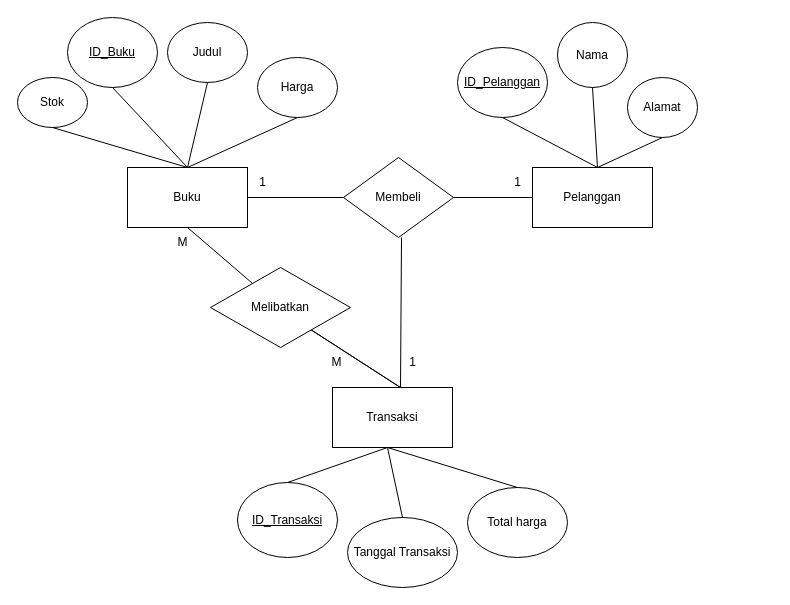
prycilliaedw/prycilliaedw keeps this draw.io diagram as erd_tokobuku.drawio. Above is the earlier version. Source tidied: cells renumbered, new cells numbered last; positions are measured from the earlier drawing's top-left corner, leaving out a move shared by most shapes. Both pictures are drawn from the tidied source at 100%, with x=0, y=0 at pixel (17, 17).
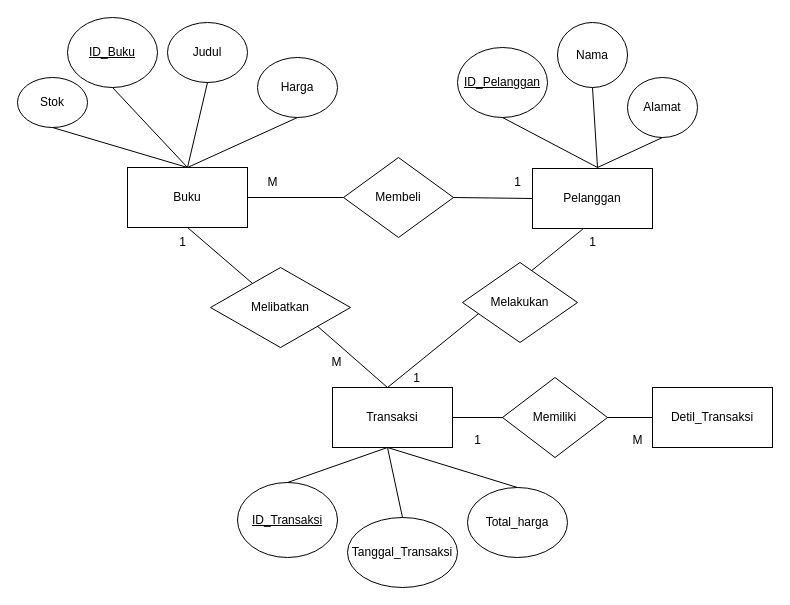
The same page after the edit.

Unchanged cells that the change refers to:
```xml
<mxCell id="20" value="Transaksi" style="rounded=0;whiteSpace=wrap;html=1;" parent="1" vertex="1">
  <mxGeometry x="315" y="370" width="120" height="60" as="geometry" />
</mxCell>
<mxCell id="30" value="Melibatkan" style="rhombus;whiteSpace=wrap;html=1;" parent="1" vertex="1">
  <mxGeometry x="193" y="250" width="140" height="80" as="geometry" />
</mxCell>
```

Diff of the diagram source:
```diff
@@
+    <mxCell id="34" style="endArrow=none;html=1;rounded=0;exitX=1;exitY=0.5;exitDx=0;exitDy=0;entryX=0;entryY=0.5;entryDx=0;entryDy=0;" parent="1" edge="1" source="20" target="35">
+      <mxGeometry relative="1" as="geometry" />
+    </mxCell>
@@
     <mxCell id="11" value="Pelanggan" style="rounded=0;whiteSpace=wrap;html=1;" parent="1" vertex="1">
-      <mxGeometry x="515" y="150" width="120" height="60" as="geometry" />
+      <mxGeometry x="515" y="151" width="120" height="60" as="geometry" />
     </mxCell>
@@
-    <mxCell id="22" value="Tanggal Transaksi" style="ellipse;whiteSpace=wrap;html=1;" parent="1" vertex="1">
+    <mxCell id="22" value="Tanggal_Transaksi" style="ellipse;whiteSpace=wrap;html=1;" parent="1" vertex="1">
       <mxGeometry x="330" y="500" width="110" height="70" as="geometry" />
     </mxCell>
-    <mxCell id="23" value="Total harga" style="ellipse;whiteSpace=wrap;html=1;" parent="1" vertex="1">
+    <mxCell id="23" value="Total_harga" style="ellipse;whiteSpace=wrap;html=1;" parent="1" vertex="1">
       <mxGeometry x="450" y="470" width="100" height="70" as="geometry" />
     </mxCell>
@@
-    <mxCell id="26" style="endArrow=none;html=1;rounded=0;entryX=0.5;entryY=1;entryDx=0;entryDy=0;" parent="1" edge="1">
+    <mxCell id="26" style="endArrow=none;html=1;rounded=0;entryX=0.178;entryY=0.053;entryDx=0;entryDy=0;exitX=1;exitY=1;exitDx=0;exitDy=0;entryPerimeter=0;" parent="1" edge="1" source="30" target="38">
       <mxGeometry relative="1" as="geometry">
-        <mxPoint x="383" y="370" as="sourcePoint" />
-        <mxPoint x="384" y="220" as="targetPoint" />
         <Array as="points">
-          <mxPoint x="290" y="310" />
-          <mxPoint x="383" y="370" />
+          <mxPoint x="290" y="300" />
+          <mxPoint x="370" y="370" />
         </Array>
       </mxGeometry>
     </mxCell>
@@
     <mxCell id="28" value="1" style="text;html=1;align=center;verticalAlign=middle;strokeColor=none;fillColor=none;" parent="1" vertex="1">
-      <mxGeometry x="230" y="150" width="30" height="30" as="geometry" />
+      <mxGeometry x="150" y="210" width="30" height="30" as="geometry" />
     </mxCell>
     <mxCell id="29" value="1" style="text;html=1;align=center;verticalAlign=middle;strokeColor=none;fillColor=none;" parent="1" vertex="1">
-      <mxGeometry x="380" y="330" width="30" height="30" as="geometry" />
+      <mxGeometry x="384" y="346" width="30" height="30" as="geometry" />
     </mxCell>
@@
     <mxCell id="33" value="M" style="text;html=1;align=center;verticalAlign=middle;strokeColor=none;fillColor=none;" parent="1" vertex="1">
-      <mxGeometry x="150" y="210" width="30" height="30" as="geometry" />
+      <mxGeometry x="240" y="150" width="30" height="30" as="geometry" />
     </mxCell>
+    <mxCell id="35" value="Detil_Transaksi" style="rounded=0;whiteSpace=wrap;html=1;" parent="1" vertex="1">
+      <mxGeometry x="635" y="370" width="120" height="60" as="geometry" />
+    </mxCell>
+    <mxCell id="36" value="Memiliki" style="rhombus;whiteSpace=wrap;html=1;" parent="1" vertex="1">
+      <mxGeometry x="485" y="360" width="105" height="80" as="geometry" />
+    </mxCell>
+    <mxCell id="37" value="Melakukan" style="rhombus;whiteSpace=wrap;html=1;" parent="1" vertex="1">
+      <mxGeometry x="445" y="245" width="115" height="80" as="geometry" />
+    </mxCell>
+    <mxCell id="38" value="1" style="text;html=1;align=center;verticalAlign=middle;points=[];strokeColor=none;fillColor=none;" parent="1" vertex="1">
+      <mxGeometry x="560" y="210" width="30" height="30" as="geometry" />
+    </mxCell>
+    <mxCell id="39" value="M" style="text;html=1;align=center;verticalAlign=middle;strokeColor=none;fillColor=none;" parent="1" vertex="1">
+      <mxGeometry x="605" y="408" width="30" height="30" as="geometry" />
+    </mxCell>
+    <mxCell id="40" value="1" style="text;html=1;align=center;verticalAlign=middle;strokeColor=none;fillColor=none;" parent="1" vertex="1">
+      <mxGeometry x="445" y="408" width="30" height="30" as="geometry" />
+    </mxCell>
```
